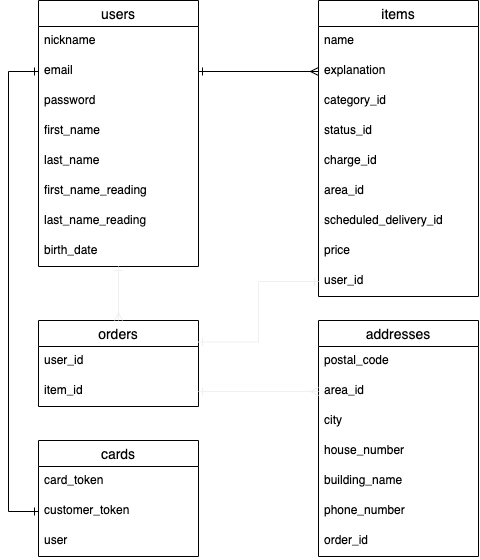
This is config/furima35541.drawio.png from ma-sensei-web/furima-35541, a draw.io export, as it was before one commit. Source tidied: cells renumbered, new cells last; positions are measured from the earlier drawing's top-left corner, leaving out a move shared by most shapes.
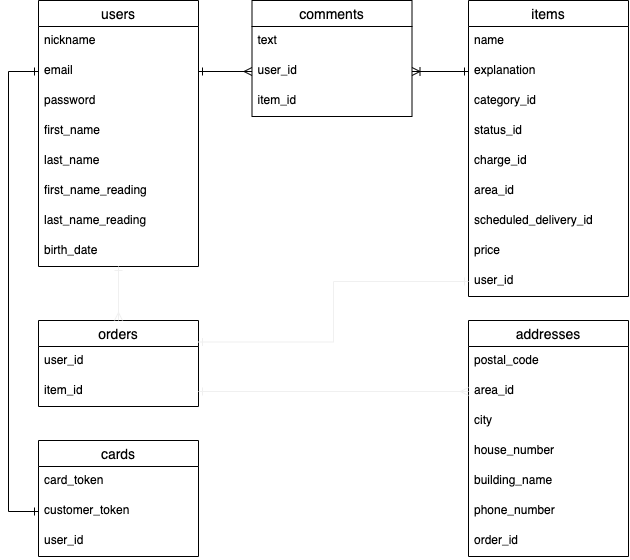
The same file after the commit.

Commit message:
コメント機能のER図

What changed in the source:
```diff
@@ -30,7 +30,7 @@
       <mxGeometry y="236" width="160" height="30" as="geometry" />
     </mxCell>
     <mxCell id="11" value="items" style="swimlane;fontStyle=0;horizontal=1;startSize=26;align=center;fontSize=14;shadow=0;" parent="1" vertex="1">
-      <mxGeometry x="310" width="160" height="296" as="geometry" />
+      <mxGeometry x="460" width="160" height="296" as="geometry" />
     </mxCell>
     <mxCell id="12" value="name" style="text;strokeColor=none;fillColor=none;spacingLeft=4;spacingRight=4;overflow=hidden;fontSize=12;" parent="11" vertex="1">
       <mxGeometry y="26" width="160" height="30" as="geometry" />
@@ -69,7 +69,7 @@
       <mxGeometry y="56" width="160" height="30" as="geometry" />
     </mxCell>
     <mxCell id="24" value="addresses" style="swimlane;fontStyle=0;horizontal=1;startSize=26;align=center;fontSize=14;shadow=0;" parent="1" vertex="1">
-      <mxGeometry x="310" y="320" width="160" height="236" as="geometry" />
+      <mxGeometry x="460" y="320" width="160" height="236" as="geometry" />
     </mxCell>
     <mxCell id="25" value="postal_code" style="text;strokeColor=none;fillColor=none;spacingLeft=4;spacingRight=4;overflow=hidden;fontSize=12;" parent="24" vertex="1">
       <mxGeometry y="26" width="160" height="30" as="geometry" />
@@ -92,7 +92,7 @@
     <mxCell id="31" value="order_id" style="text;strokeColor=none;fillColor=none;spacingLeft=4;spacingRight=4;overflow=hidden;fontSize=12;" parent="24" vertex="1">
       <mxGeometry y="206" width="160" height="30" as="geometry" />
     </mxCell>
-    <mxCell id="32" style="edgeStyle=orthogonalEdgeStyle;rounded=0;jettySize=auto;html=1;exitX=1;exitY=0.5;exitDx=0;exitDy=0;entryX=0;entryY=0.5;entryDx=0;entryDy=0;endArrow=ERmany;endFill=0;startArrow=ERone;startFill=0;" parent="1" edge="1" source="4" target="13">
+    <mxCell id="32" style="edgeStyle=orthogonalEdgeStyle;rounded=0;jettySize=auto;html=1;exitX=1;exitY=0.5;exitDx=0;exitDy=0;entryX=0;entryY=0.5;entryDx=0;entryDy=0;endArrow=ERmany;endFill=0;startArrow=ERone;startFill=0;" parent="1" edge="1" source="4" target="43">
       <mxGeometry relative="1" as="geometry" />
     </mxCell>
     <mxCell id="33" style="edgeStyle=orthogonalEdgeStyle;rounded=0;jettySize=auto;html=1;startArrow=ERone;startFill=0;endArrow=ERmany;endFill=0;strokeColor=#f0f0f0;exitX=0.5;exitY=1;exitDx=0;exitDy=0;" parent="1" edge="1" source="2">
@@ -115,7 +115,7 @@
     <mxCell id="38" value="customer_token" style="text;strokeColor=none;fillColor=none;spacingLeft=4;spacingRight=4;overflow=hidden;points=[[0,0.5],[1,0.5]];portConstraint=eastwest;fontSize=12;" parent="36" vertex="1">
       <mxGeometry y="56" width="160" height="30" as="geometry" />
     </mxCell>
-    <mxCell id="39" value="user" style="text;strokeColor=none;fillColor=none;spacingLeft=4;spacingRight=4;overflow=hidden;fontSize=12;" parent="36" vertex="1">
+    <mxCell id="39" value="user_id" style="text;strokeColor=none;fillColor=none;spacingLeft=4;spacingRight=4;overflow=hidden;fontSize=12;" parent="36" vertex="1">
       <mxGeometry y="86" width="160" height="30" as="geometry" />
     </mxCell>
     <mxCell id="40" style="rounded=0;jettySize=auto;html=1;entryX=0;entryY=0.5;entryDx=0;entryDy=0;exitX=0;exitY=0.5;exitDx=0;exitDy=0;endArrow=ERone;endFill=0;startArrow=ERone;startFill=0;" parent="1" edge="1" source="4" target="38">
@@ -126,5 +126,22 @@
         </Array>
       </mxGeometry>
     </mxCell>
+    <mxCell id="41" value="comments" style="swimlane;fontStyle=0;horizontal=1;startSize=26;align=center;fontSize=14;" parent="1" vertex="1">
+      <mxGeometry x="243.5" width="160" height="116" as="geometry" />
+    </mxCell>
+    <mxCell id="42" value="text" style="text;strokeColor=none;fillColor=none;spacingLeft=4;spacingRight=4;overflow=hidden;fontSize=12;" parent="41" vertex="1">
+      <mxGeometry y="26" width="160" height="30" as="geometry" />
+    </mxCell>
+    <mxCell id="43" value="user_id" style="text;strokeColor=none;fillColor=none;spacingLeft=4;spacingRight=4;overflow=hidden;points=[[0,0.5],[1,0.5]];portConstraint=eastwest;fontSize=12;" parent="41" vertex="1">
+      <mxGeometry y="56" width="160" height="30" as="geometry" />
+    </mxCell>
+    <mxCell id="44" value="item_id" style="text;strokeColor=none;fillColor=none;spacingLeft=4;spacingRight=4;overflow=hidden;fontSize=12;shadow=1;" parent="41" vertex="1">
+      <mxGeometry y="86" width="160" height="30" as="geometry" />
+    </mxCell>
+    <mxCell id="45" style="edgeStyle=orthogonalEdgeStyle;rounded=0;jettySize=auto;html=1;exitX=1;exitY=0.5;exitDx=0;exitDy=0;endArrow=ERone;endFill=0;startArrow=ERoneToMany;startFill=0;" parent="1" edge="1" source="43">
+      <mxGeometry relative="1" as="geometry">
+        <mxPoint x="460" y="71" as="targetPoint" />
+      </mxGeometry>
+    </mxCell>
   </root>
 </mxGraphModel>
```
